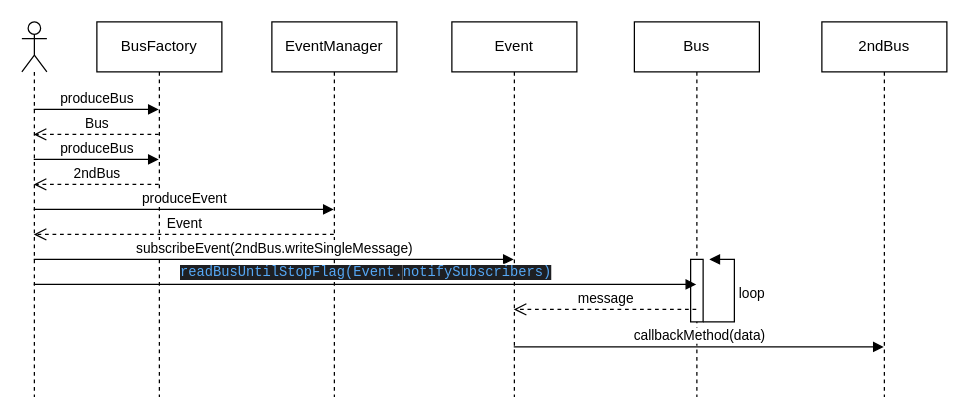
Above: Architecture/Main.drawio in Uhgtred/HomeExplorer (draw.io), before the change. Source tidied: cells renumbered, new cells numbered last; positions are measured from the earlier drawing's top-left corner, leaving out a move shared by most shapes. Both pictures are drawn from the tidied source at 125%, with x=0, y=0 at pixel (21, 21).
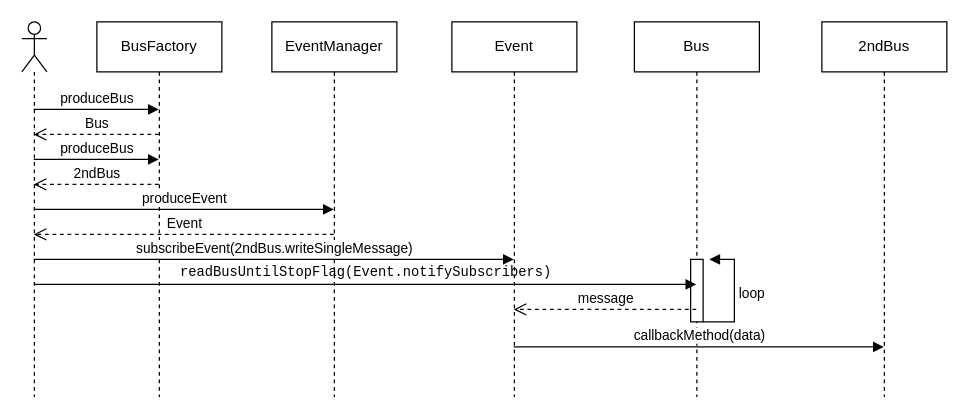
After the change.

Unchanged cells that the change refers to:
```xml
<mxCell id="2" style="shape=umlLifeline;participant=umlActor;perimeter=lifelinePerimeter;whiteSpace=wrap;html=1;verticalAlign=top;spacingTop=36;outlineConnect=0;" parent="1" vertex="1">
  <mxGeometry width="20" height="300" as="geometry" />
</mxCell>
<mxCell id="13" value="Bus" style="shape=umlLifeline;perimeter=lifelinePerimeter;whiteSpace=wrap;html=1;outlineConnect=0;" parent="1" vertex="1">
  <mxGeometry x="490" width="100" height="300" as="geometry" />
</mxCell>
```

Change to the diagram source:
```diff
@@
-    <mxCell id="16" value="&lt;span style=&quot;color: rgb(86, 168, 245); font-family: &amp;quot;JetBrains Mono&amp;quot;, monospace; background-color: rgb(30, 31, 34);&quot;&gt;readBusUntilStopFlag(Event.&lt;/span&gt;&lt;span style=&quot;color: rgb(86, 168, 245); font-family: &amp;quot;JetBrains Mono&amp;quot;, monospace; background-color: rgb(30, 31, 34);&quot;&gt;notifySubscribers)&lt;/span&gt;" style="html=1;verticalAlign=bottom;endArrow=block;rounded=0;" parent="1" edge="1" source="2" target="13">
+    <mxCell id="16" value="&lt;span style=&quot;font-family: &amp;quot;JetBrains Mono&amp;quot;, monospace;&quot;&gt;readBusUntilStopFlag(Event.&lt;/span&gt;&lt;span style=&quot;font-family: &amp;quot;JetBrains Mono&amp;quot;, monospace;&quot;&gt;notifySubscribers)&lt;/span&gt;" style="html=1;verticalAlign=bottom;endArrow=block;rounded=0;labelBackgroundColor=none;" parent="1" edge="1" source="2" target="13">
       <mxGeometry relative="1" as="geometry">
         <Array as="points">
           <mxPoint x="280" y="210" />
         </Array>
       </mxGeometry>
     </mxCell>
```
